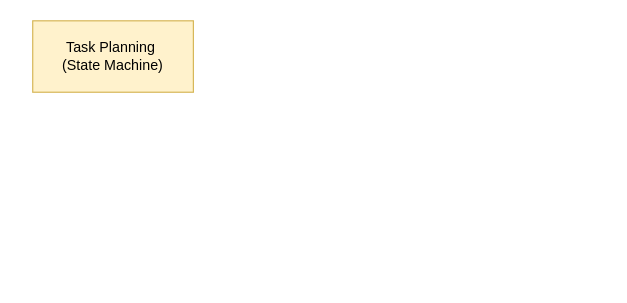
Before: state_machine_task_planning.drawio in sidt36/ME326-Group-8, a draw.io diagram. Source tidied: cells renumbered, new cells numbered last; positions are measured from the earlier drawing's top-left corner, leaving out a move shared by most shapes. Both pictures are drawn from the tidied source at 119%, with x=0, y=0 at pixel (32, 20).
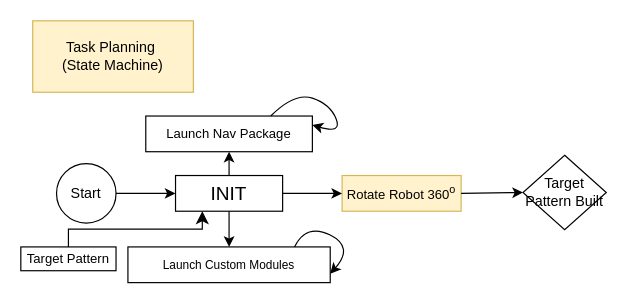
The same page after the edit.

Diff of the diagram source:
```diff
@@
+    <mxCell id="3" value="Start" style="ellipse;whiteSpace=wrap;html=1;" parent="1" vertex="1">
+      <mxGeometry x="20" y="120" width="50" height="50" as="geometry" />
+    </mxCell>
+    <mxCell id="4" value="&lt;font style=&quot;font-size: 16px;&quot;&gt;INIT&lt;/font&gt;" style="rounded=0;whiteSpace=wrap;html=1;" parent="1" vertex="1">
+      <mxGeometry x="120" y="130" width="90" height="30" as="geometry" />
+    </mxCell>
+    <mxCell id="5" style="endArrow=classic;html=1;rounded=0;exitX=1;exitY=0.5;exitDx=0;exitDy=0;entryX=0;entryY=0.5;entryDx=0;entryDy=0;" parent="1" edge="1" source="3" target="4">
+      <mxGeometry relative="1" as="geometry" />
+    </mxCell>
+    <mxCell id="6" value="&lt;font style=&quot;font-size: 11px;&quot;&gt;Launch Nav Package&lt;/font&gt;" style="rounded=0;whiteSpace=wrap;html=1;" parent="1" vertex="1">
+      <mxGeometry x="95" y="80" width="140" height="30" as="geometry" />
+    </mxCell>
+    <mxCell id="7" style="curved=1;endArrow=classic;html=1;rounded=0;exitX=0.75;exitY=0;exitDx=0;exitDy=0;entryX=1;entryY=0.25;entryDx=0;entryDy=0;" parent="1" edge="1" source="6" target="6">
+      <mxGeometry relative="1" as="geometry">
+        <Array as="points">
+          <mxPoint x="220" y="60" />
+          <mxPoint x="250" y="70" />
+          <mxPoint x="260" y="95" />
+        </Array>
+      </mxGeometry>
+    </mxCell>
+    <mxCell id="8" style="endArrow=classic;html=1;rounded=0;exitX=0.5;exitY=0;exitDx=0;exitDy=0;entryX=0.5;entryY=1;entryDx=0;entryDy=0;" parent="1" edge="1" source="4" target="6">
+      <mxGeometry relative="1" as="geometry" />
+    </mxCell>
+    <mxCell id="9" value="&lt;font style=&quot;font-size: 10px;&quot;&gt;Launch Custom Modules&lt;/font&gt;" style="rounded=0;whiteSpace=wrap;html=1;" parent="1" vertex="1">
+      <mxGeometry x="80" y="190" width="170" height="30" as="geometry" />
+    </mxCell>
+    <mxCell id="10" style="endArrow=classic;html=1;rounded=0;exitX=0.5;exitY=1;exitDx=0;exitDy=0;entryX=0.5;entryY=0;entryDx=0;entryDy=0;" parent="1" edge="1" source="4" target="9">
+      <mxGeometry relative="1" as="geometry" />
+    </mxCell>
+    <mxCell id="11" style="curved=1;endArrow=classic;html=1;rounded=0;exitX=0.75;exitY=0;exitDx=0;exitDy=0;entryX=1;entryY=0.75;entryDx=0;entryDy=0;" parent="1" edge="1" target="9">
+      <mxGeometry relative="1" as="geometry">
+        <mxPoint x="220" y="190" as="sourcePoint" />
+        <Array as="points">
+          <mxPoint x="230" y="170" />
+          <mxPoint x="270" y="190" />
+        </Array>
+      </mxGeometry>
+    </mxCell>
+    <mxCell id="12" value="&lt;font style=&quot;font-size: 11px;&quot;&gt;Rotate Robot 360&lt;sup&gt;o&lt;/sup&gt;&lt;/font&gt;" style="rounded=0;whiteSpace=wrap;html=1;fillColor=#fff2cc;strokeColor=#d6b656;" parent="1" vertex="1">
+      <mxGeometry x="260" y="130" width="100" height="30" as="geometry" />
+    </mxCell>
+    <mxCell id="13" style="endArrow=classic;html=1;rounded=0;exitX=1;exitY=0.5;exitDx=0;exitDy=0;" parent="1" edge="1" source="4" target="12">
+      <mxGeometry relative="1" as="geometry" />
+    </mxCell>
+    <mxCell id="14" value="Target Pattern Built" style="rhombus;whiteSpace=wrap;html=1;" parent="1" vertex="1">
+      <mxGeometry x="412" y="113" width="70" height="62.5" as="geometry" />
+    </mxCell>
+    <mxCell id="15" value="&lt;font style=&quot;font-size: 11px;&quot;&gt;Target Pattern&lt;/font&gt;" style="rounded=0;whiteSpace=wrap;html=1;" parent="1" vertex="1">
+      <mxGeometry x="-10" y="190" width="80" height="20" as="geometry" />
+    </mxCell>
+    <mxCell id="16" style="edgeStyle=elbowEdgeStyle;elbow=vertical;endArrow=classic;html=1;curved=0;rounded=0;endSize=8;startSize=8;exitX=0.5;exitY=0;exitDx=0;exitDy=0;entryX=0.25;entryY=1;entryDx=0;entryDy=0;" parent="1" edge="1" source="15" target="4">
+      <mxGeometry relative="1" as="geometry" />
+    </mxCell>
+    <mxCell id="17" style="endArrow=classic;html=1;rounded=0;exitX=1;exitY=0.5;exitDx=0;exitDy=0;entryX=0;entryY=0.5;entryDx=0;entryDy=0;" parent="1" edge="1" source="12" target="14">
+      <mxGeometry relative="1" as="geometry" />
+    </mxCell>
```
